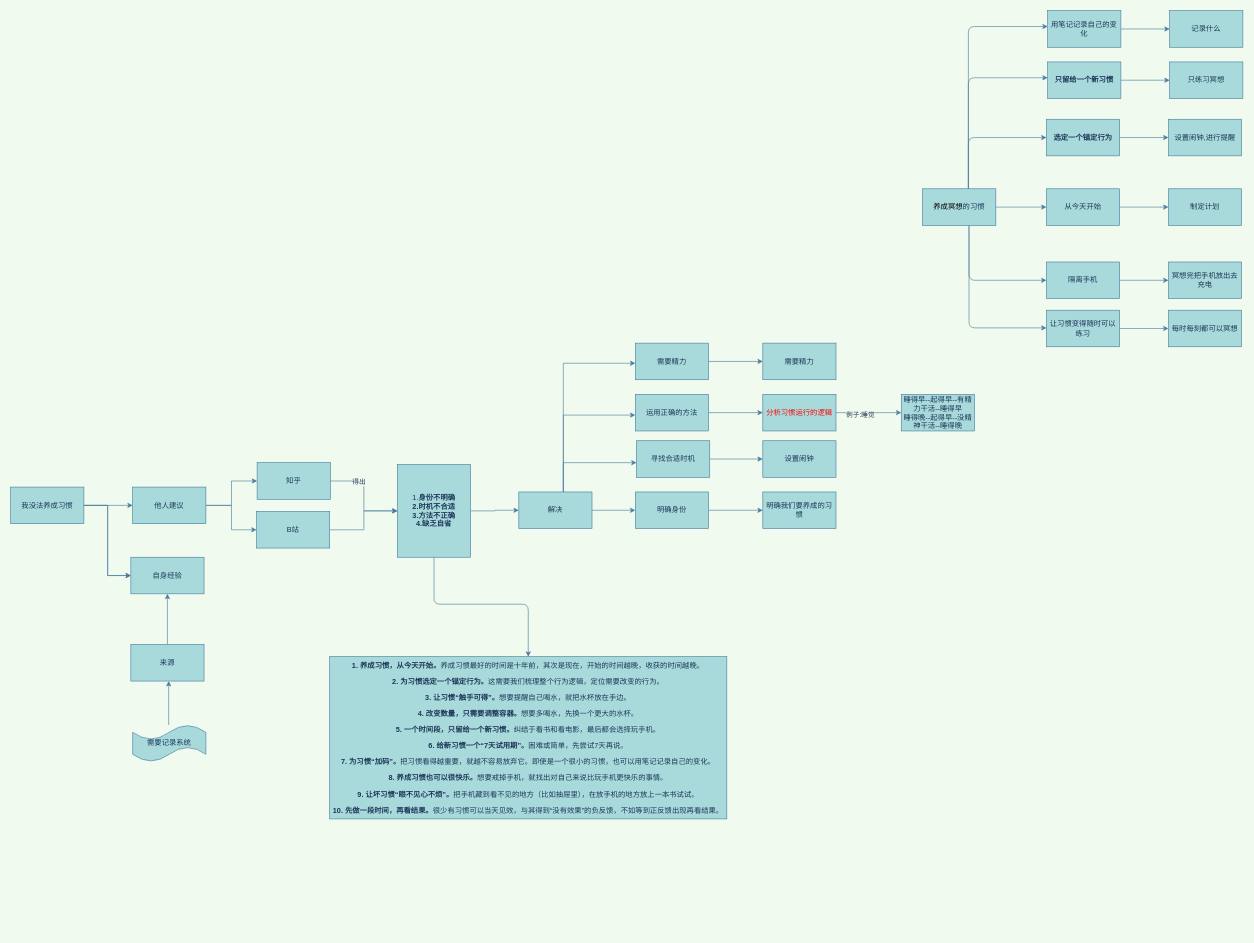
Before: page "养成习惯实践" (6 of 14) of Untitled Diagram.drawio in 1643001598/pdf, a draw.io diagram. Source tidied: cells renumbered, new cells numbered last; positions are measured from the earlier drawing's top-left corner, leaving out a move shared by most shapes. Both pictures are drawn from the tidied source at 61%, with x=0, y=0 at pixel (10, 10).
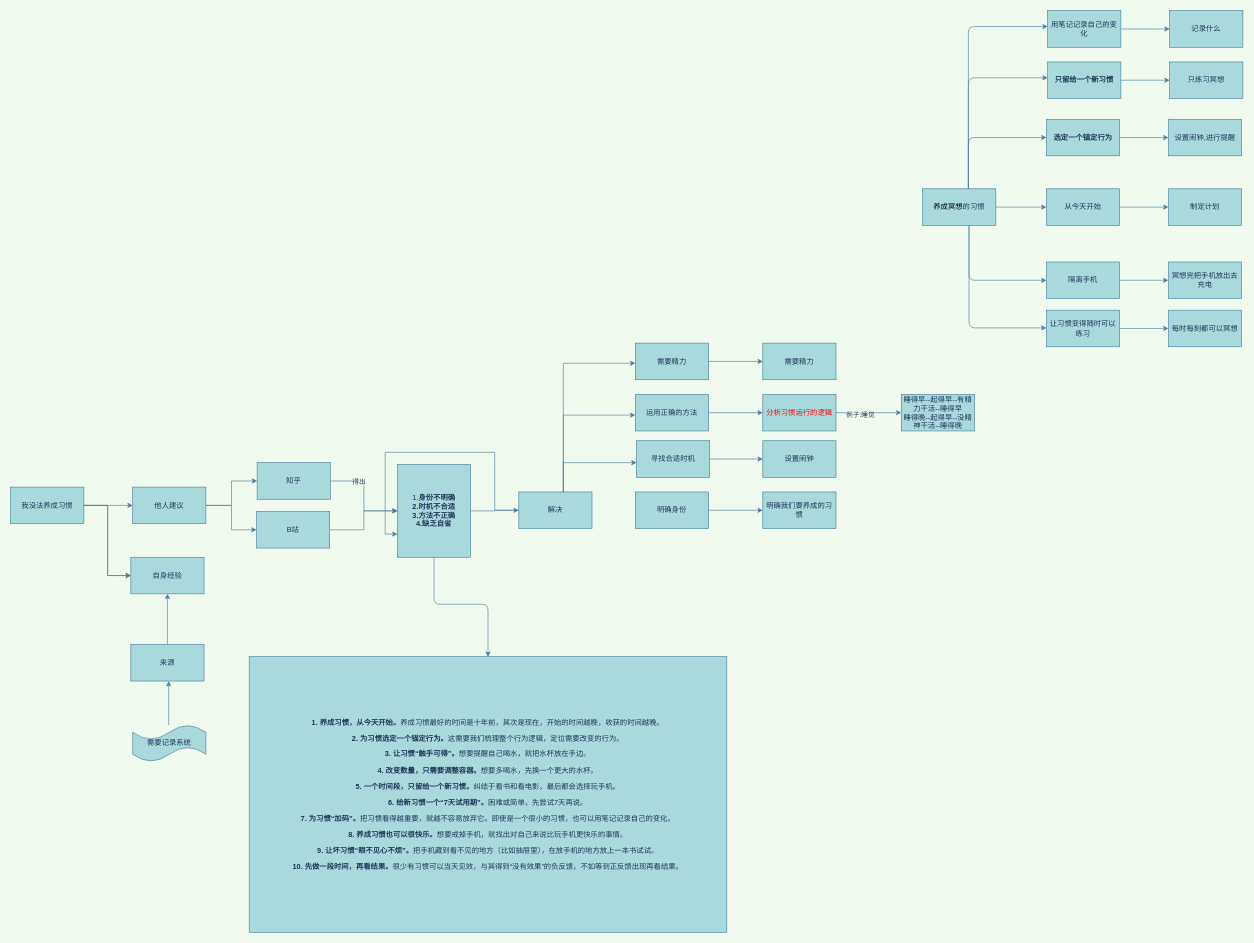
The same page after the edit.

Unchanged cells that the change refers to:
```xml
<mxCell id="17" value="1.&lt;b&gt;身份不明确&lt;br&gt;2.&lt;/b&gt;&lt;b&gt;时机不合适&lt;br&gt;3.&lt;/b&gt;&lt;b&gt;方法不正确&lt;br&gt;4.&lt;/b&gt;&lt;b&gt;缺乏自省&lt;/b&gt;&lt;b&gt;&lt;/b&gt;&lt;b&gt;&lt;/b&gt;&lt;b&gt;&lt;/b&gt;" style="whiteSpace=wrap;html=1;fillColor=#A8DADC;strokeColor=#457B9D;fontColor=#1D3557;" parent="1" vertex="1">
  <mxGeometry x="634" y="744" width="120" height="152" as="geometry" />
</mxCell>
<mxCell id="26" value="解决" style="whiteSpace=wrap;html=1;fillColor=#A8DADC;strokeColor=#457B9D;fontColor=#1D3557;" parent="1" vertex="1">
  <mxGeometry x="833" y="789" width="120" height="60" as="geometry" />
</mxCell>
<mxCell id="28" value="明确身份" style="whiteSpace=wrap;html=1;fillColor=#A8DADC;strokeColor=#457B9D;fontColor=#1D3557;" parent="1" vertex="1">
  <mxGeometry x="1024" y="789" width="120" height="60" as="geometry" />
</mxCell>
```

What changed in the source:
```diff
@@
-    <mxCell id="22" style="edgeStyle=orthogonalEdgeStyle;rounded=0;jettySize=auto;html=1;labelBackgroundColor=#F1FAEE;strokeColor=#457B9D;fontColor=#1D3557;" parent="1" edge="1" source="26" target="28">
+    <mxCell id="22" style="edgeStyle=orthogonalEdgeStyle;rounded=0;jettySize=auto;html=1;labelBackgroundColor=#F1FAEE;strokeColor=#457B9D;fontColor=#1D3557;entryX=0;entryY=0.75;entryDx=0;entryDy=0;" parent="1" edge="1" source="26" target="17">
       <mxGeometry relative="1" as="geometry" />
     </mxCell>
@@
     <mxCell id="67" value="&lt;div&gt;&lt;div&gt;&lt;p&gt;&lt;b&gt;1. 养成习惯，从今天开始。&lt;/b&gt;养成习惯最好的时间是十年前，其次是现在，开始的时间越晚，收获的时间越晚。&lt;/p&gt;&lt;p&gt;&lt;b&gt;2. 为习惯选定一个锚定行为。&lt;/b&gt;这需要我们梳理整个行为逻辑，定位需要改变的行为。&lt;/p&gt;&lt;p&gt;&lt;b&gt;3. 让习惯“触手可得”。&lt;/b&gt;想要提醒自己喝水，就把水杯放在手边。&lt;/p&gt;&lt;p&gt;&lt;b&gt;4. 改变数量，只需要调整容器。&lt;/b&gt;想要多喝水，先换一个更大的水杯。&lt;/p&gt;&lt;p&gt;&lt;b&gt;5. 一个时间段，只留给一个新习惯。&lt;/b&gt;纠结于看书和看电影，最后都会选择玩手机。&lt;/p&gt;&lt;p&gt;&lt;b&gt;6. 给新习惯一个“7天试用期”。&lt;/b&gt;困难或简单，先尝试7天再说。&lt;/p&gt;&lt;p&gt;&lt;b&gt;7. 为习惯“加码”。&lt;/b&gt;把习惯看得越重要，就越不容易放弃它。即使是一个很小的习惯，也可以用笔记记录自己的变化。&lt;/p&gt;&lt;p&gt;&lt;b&gt;8. 养成习惯也可以很快乐。&lt;/b&gt;想要戒掉手机，就找出对自己来说比玩手机更快乐的事情。&lt;/p&gt;&lt;p&gt;&lt;b&gt;9. 让坏习惯“眼不见心不烦”。&lt;/b&gt;把手机藏到看不见的地方（比如抽屉里），在放手机的地方放上一本书试试。&lt;/p&gt;&lt;p&gt;&lt;b&gt;10. 先做一段时间，再看结果。&lt;/b&gt;很少有习惯可以当天见效，与其得到“没有效果”的负反馈，不如等到正反馈出现再看结果。&lt;/p&gt;&lt;/div&gt;&lt;/div&gt;" style="whiteSpace=wrap;html=1;fillColor=#A8DADC;strokeColor=#457B9D;fontColor=#1D3557;" parent="1" vertex="1">
-      <mxGeometry x="523" y="1059" width="651" height="266" as="geometry" />
+      <mxGeometry x="391" y="1059" width="783" height="452" as="geometry" />
     </mxCell>
```
